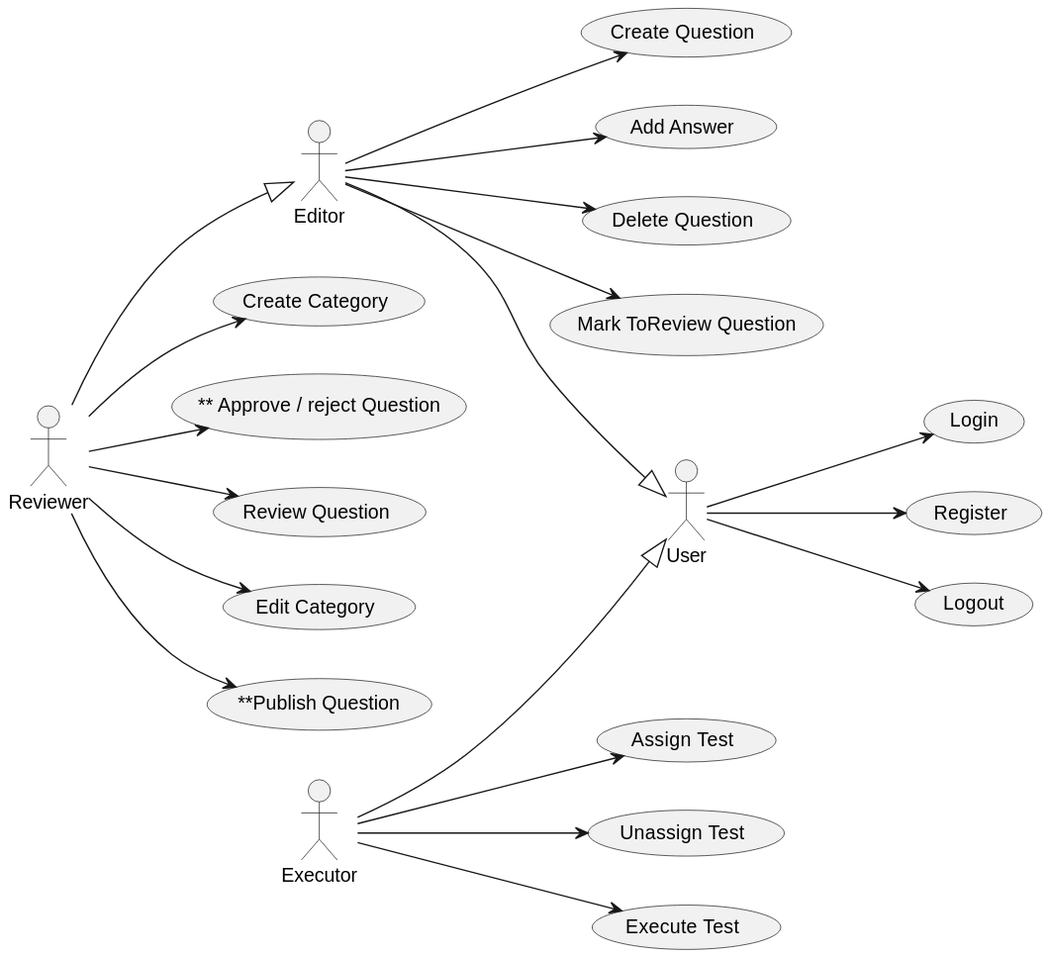
Above: out/doc/useCases_app/useCases_app.svg in Joselon/ProyectoOpoTest (PlantUML), before the change.
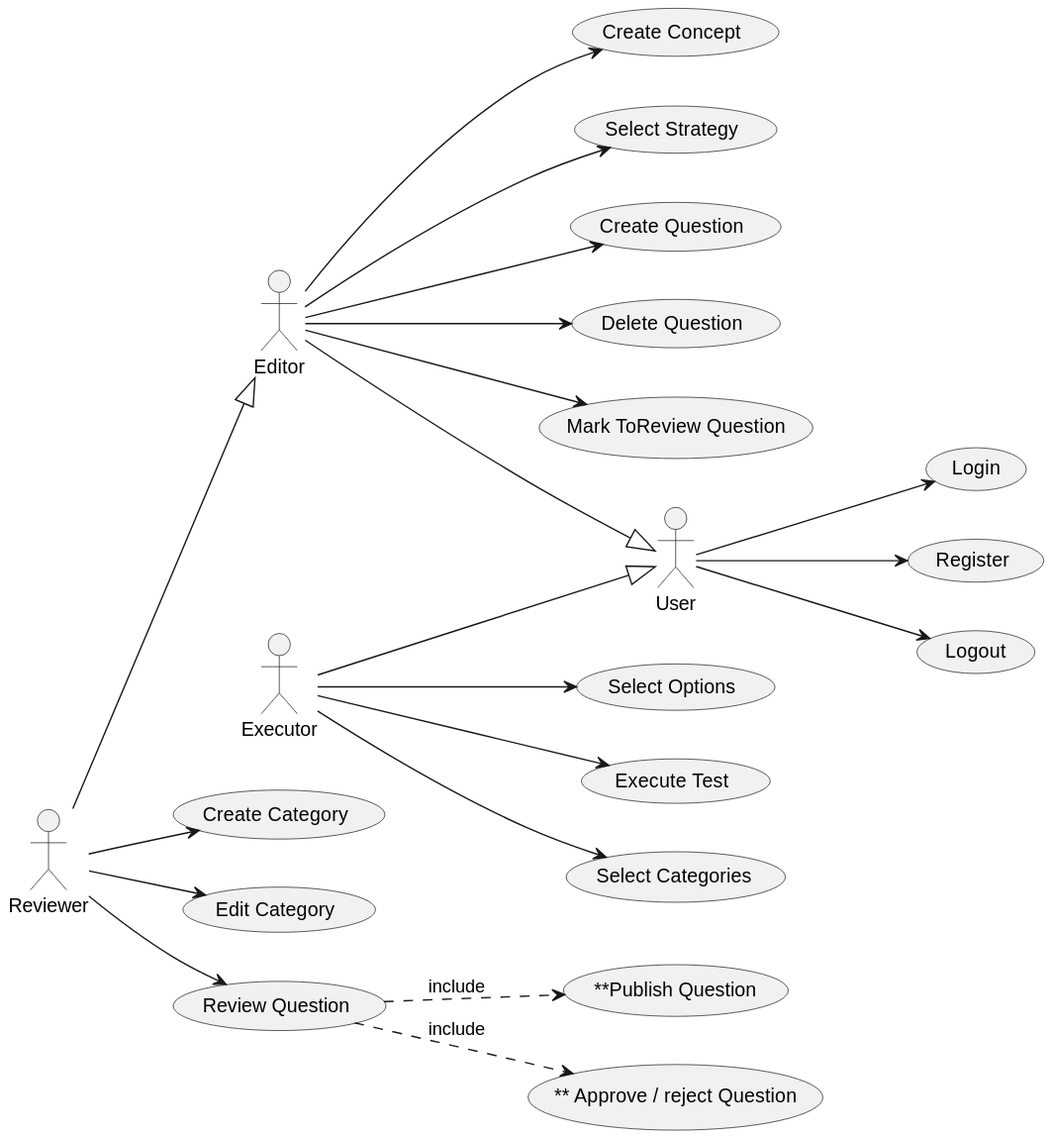
The same file after the commit.

Diff of the diagram source:
```diff
@@ -6,42 +6,47 @@
 usecase "Login" as login
 usecase "Register" as register
 usecase "Logout" as logout
+
+usecase "Create Concept" as createConcept
+usecase "Select Strategy" as selectStrategy
 usecase "Create Question" as createQ
-
-usecase "Add Answer" as addAnswerQ
 usecase "Delete Question" as deleteQ
 
-usecase "Assign Test" as assignT
-usecase "Unassign Test" as unassignT
+usecase "Select Categories" as selectCats
+usecase "Select Options" as selectOps
 usecase "Execute Test" as execT
 
-usecase "Create Category" as createC
+usecase "Create Category" as createCat
+usecase "Edit Category" as editC
 usecase "Mark ToReview Question" as markQ
 usecase "** Approve / reject Question" as approveRejectA
 usecase "Review Question" as reviewQ
-usecase "Edit Category" as editC
 usecase "**Publish Question" as publishQ
+
 
 Editor --|> User
 Reviewer --|> Editor
 Executor --|> User
 
+Editor --> createConcept
+Editor --> selectStrategy
 Editor --> createQ
-Editor --> addAnswerQ
 Editor --> deleteQ
 Editor --> markQ
 
 User --> login
 User --> register
 User --> logout
-Executor --> assignT
-Executor --> unassignT
+
+Executor --> selectCats
+Executor --> selectOps
 Executor --> execT
 
-Reviewer --> createC
+Reviewer --> createCat
 Reviewer --> editC
-Reviewer --> approveRejectA
 Reviewer --> reviewQ
-Reviewer --> publishQ
+    reviewQ ..> approveRejectA :include
+    reviewQ ..> publishQ :include
+
 
 @enduml
```
